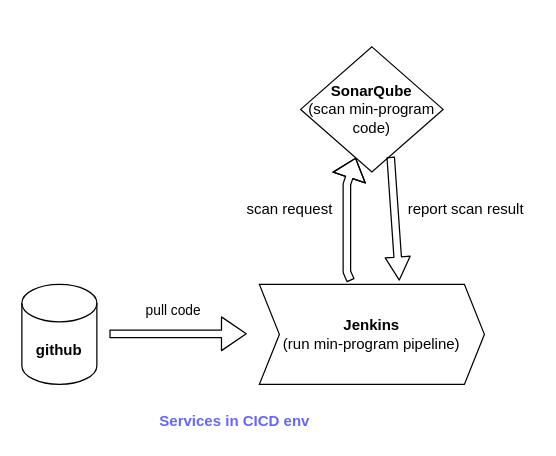
Before: env.drawio in yanjun-zhou6/demo-miniprogram-ci, a draw.io diagram. Source tidied: cells renumbered, new cells numbered last; positions are measured from the earlier drawing's top-left corner, leaving out a move shared by most shapes. Both pictures are drawn from the tidied source at 125%, with x=0, y=0 at pixel (21, 46).
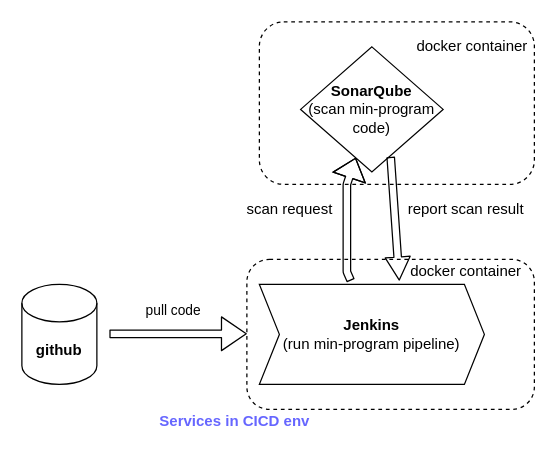
Above is the later version.

Diff of the diagram source:
```diff
@@
 <mxGraphModel>
   <root>
     <mxCell id="0" />
     <mxCell id="1" parent="0" />
     <mxCell id="2" value="&lt;b&gt;github&lt;/b&gt;" style="shape=cylinder3;whiteSpace=wrap;html=1;boundedLbl=1;backgroundOutline=1;size=15;" parent="1" vertex="1">
       <mxGeometry y="190" width="60" height="80" as="geometry" />
     </mxCell>
     <mxCell id="3" value="&lt;b&gt;SonarQube&lt;br&gt;&lt;/b&gt;(scan min-program code)" style="rhombus;whiteSpace=wrap;html=1;" parent="1" vertex="1">
       <mxGeometry x="223" width="114" height="100" as="geometry" />
     </mxCell>
     <mxCell id="4" value="&lt;b&gt;Jenkins&lt;/b&gt;&lt;br&gt;(run min-program pipeline)" style="shape=step;perimeter=stepPerimeter;whiteSpace=wrap;html=1;fixedSize=1;size=16;" parent="1" vertex="1">
       <mxGeometry x="190" y="190" width="180" height="80" as="geometry" />
     </mxCell>
     <mxCell id="5" style="shape=flexArrow;endArrow=classic;html=1;width=6;endSize=6.27;" parent="1" edge="1">
       <mxGeometry relative="1" as="geometry">
         <mxPoint x="70" y="229.5" as="sourcePoint" />
         <mxPoint x="180" y="229.5" as="targetPoint" />
       </mxGeometry>
     </mxCell>
     <mxCell id="6" value="pull code" style="edgeLabel;html=1;align=center;verticalAlign=middle;" parent="5" vertex="1">
       <mxGeometry x="-0.02" y="6" relative="1" as="geometry">
         <mxPoint x="-4" y="-13.5" as="offset" />
       </mxGeometry>
     </mxCell>
     <mxCell id="7" style="shape=flexArrow;endArrow=classic;html=1;exitX=0.406;exitY=-0.037;exitDx=0;exitDy=0;exitPerimeter=0;endWidth=20;endSize=5.05;width=6;" parent="1" edge="1" source="4" target="3">
       <mxGeometry relative="1" as="geometry">
         <Array as="points">
           <mxPoint x="260" y="180" />
           <mxPoint x="260" y="140" />
           <mxPoint x="260" y="110" />
         </Array>
       </mxGeometry>
     </mxCell>
     <mxCell id="8" style="shape=flexArrow;endArrow=classic;html=1;entryX=0.622;entryY=-0.037;entryDx=0;entryDy=0;entryPerimeter=0;exitX=0.632;exitY=0.88;exitDx=0;exitDy=0;exitPerimeter=0;width=6;endSize=5.81;endWidth=13;" parent="1" edge="1" source="3" target="4">
       <mxGeometry relative="1" as="geometry" />
     </mxCell>
     <mxCell id="9" value="scan request" style="text;html=1;align=center;verticalAlign=middle;rotation=0;" parent="1" vertex="1">
       <mxGeometry x="174" y="120" width="80" height="20" as="geometry" />
     </mxCell>
     <mxCell id="10" value="report scan result" style="text;html=1;align=center;verticalAlign=middle;" parent="1" vertex="1">
       <mxGeometry x="300" y="120" width="110" height="20" as="geometry" />
     </mxCell>
     <mxCell id="11" value="&lt;b&gt;&lt;font color=&quot;#6666ff&quot;&gt;Services in CICD env&lt;/font&gt;&lt;/b&gt;" style="text;html=1;align=center;verticalAlign=middle;" parent="1" vertex="1">
       <mxGeometry x="100" y="290" width="140" height="20" as="geometry" />
     </mxCell>
+    <mxCell id="12" style="rounded=1;whiteSpace=wrap;html=1;fillColor=none;dashed=1;" parent="1" vertex="1">
+      <mxGeometry x="190" y="-20" width="220" height="130" as="geometry" />
+    </mxCell>
+    <mxCell id="13" value="docker container" style="text;html=1;align=center;verticalAlign=middle;" parent="1" vertex="1">
+      <mxGeometry x="310" y="-10" width="100" height="20" as="geometry" />
+    </mxCell>
+    <mxCell id="14" style="rounded=1;whiteSpace=wrap;html=1;dashed=1;fillColor=none;" parent="1" vertex="1">
+      <mxGeometry x="180" y="170" width="230" height="120" as="geometry" />
+    </mxCell>
+    <mxCell id="15" value="docker container" style="text;html=1;align=center;verticalAlign=middle;" parent="1" vertex="1">
+      <mxGeometry x="305" y="170" width="100" height="20" as="geometry" />
+    </mxCell>
   </root>
 </mxGraphModel>
```
